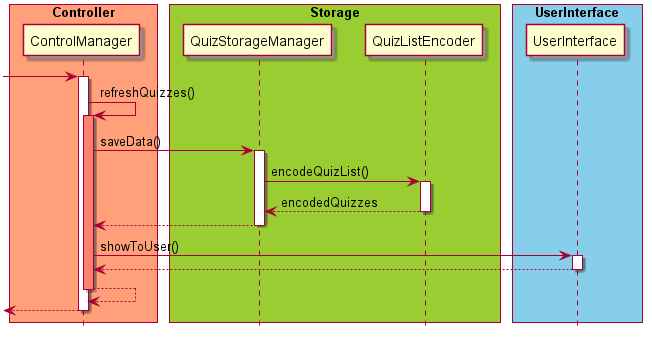
untitle4/tp keeps this PlantUML diagram as docs/diagram/QuizWriteStorage.png. Above is the earlier version.
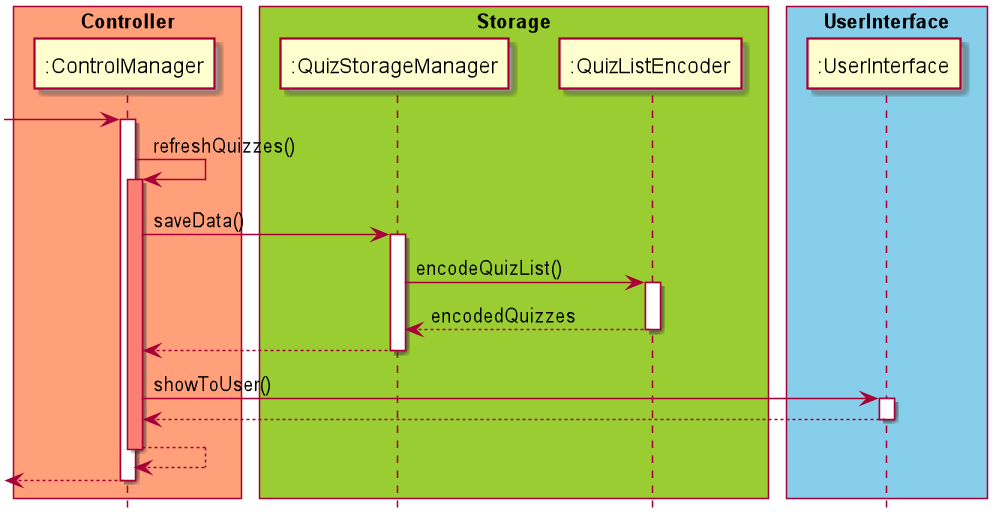
Later version of the same file.

Diff of the diagram source:
```diff
@@ -5,37 +5,37 @@
 hide footbox
 
 box "Controller" #LightSalmon
-participant ControlManager
+participant ":ControlManager"
 end box
 
 box "Storage" #YellowGreen
-participant QuizStorageManager
-participant QuizListEncoder
+participant ":QuizStorageManager"
+participant ":QuizListEncoder"
 end box
 
 box "UserInterface" #skyblue
-participant UserInterface
+participant ":UserInterface"
 end box
 
--> ControlManager
-activate ControlManager
-ControlManager -> ControlManager : refreshQuizzes()
-activate ControlManager #salmon
-ControlManager -> QuizStorageManager : saveData()
-activate QuizStorageManager
-QuizStorageManager -> QuizListEncoder : encodeQuizList()
-activate QuizListEncoder
-QuizListEncoder --> QuizStorageManager : encodedQuizzes
-deactivate QuizListEncoder
-QuizStorageManager --> ControlManager
-deactivate QuizStorageManager
-ControlManager -> UserInterface : showToUser()
-activate UserInterface
-UserInterface --> ControlManager
-deactivate UserInterface
-ControlManager --> ControlManager
-deactivate ControlManager
-<-- ControlManager
-deactivate ControlManager
+-> ":ControlManager"
+activate ":ControlManager"
+":ControlManager" -> ":ControlManager" : refreshQuizzes()
+activate ":ControlManager" #salmon
+":ControlManager" -> ":QuizStorageManager" : saveData()
+activate ":QuizStorageManager"
+":QuizStorageManager" -> ":QuizListEncoder" : encodeQuizList()
+activate ":QuizListEncoder"
+":QuizListEncoder" --> ":QuizStorageManager" : encodedQuizzes
+deactivate ":QuizListEncoder"
+":QuizStorageManager" --> ":ControlManager"
+deactivate ":QuizStorageManager"
+":ControlManager" -> ":UserInterface" : showToUser()
+activate ":UserInterface"
+":UserInterface" --> ":ControlManager"
+deactivate ":UserInterface"
+":ControlManager" --> ":ControlManager"
+deactivate ":ControlManager"
+<-- ":ControlManager"
+deactivate ":ControlManager"
 
 @enduml
```
